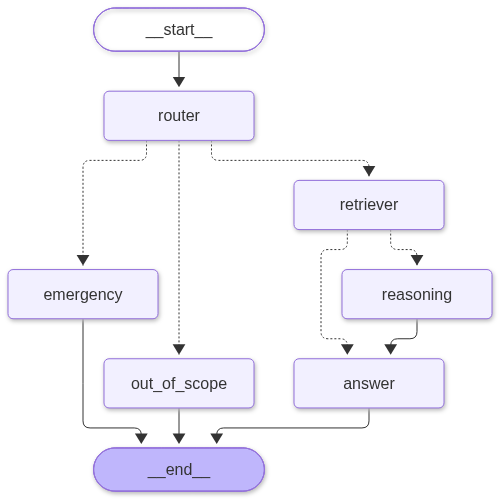
piyushmali1111/ai-medical-assistant keeps this Mermaid diagram as docs/img/workflow_graph.png. Above is the earlier version. Its source is kept beside it as docs/img/workflow_graph.mmd.
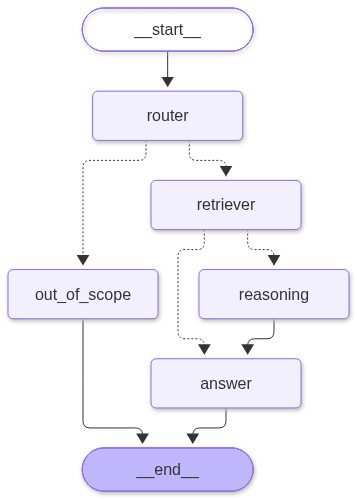
Above is the later version.

Diff of the diagram source:
```diff
@@ -9,18 +9,15 @@
 	retriever(retriever)
 	reasoning(reasoning)
 	answer(answer)
-	emergency(emergency)
 	out_of_scope(out_of_scope)
 	__end__([<p>__end__</p>]):::last
 	__start__ --> router;
 	reasoning --> answer;
 	retriever -.-> answer;
 	retriever -.-> reasoning;
-	router -.-> emergency;
 	router -.-> out_of_scope;
 	router -.-> retriever;
 	answer --> __end__;
-	emergency --> __end__;
 	out_of_scope --> __end__;
 	classDef default fill:#f2f0ff,line-height:1.2
 	classDef first fill-opacity:0
```
